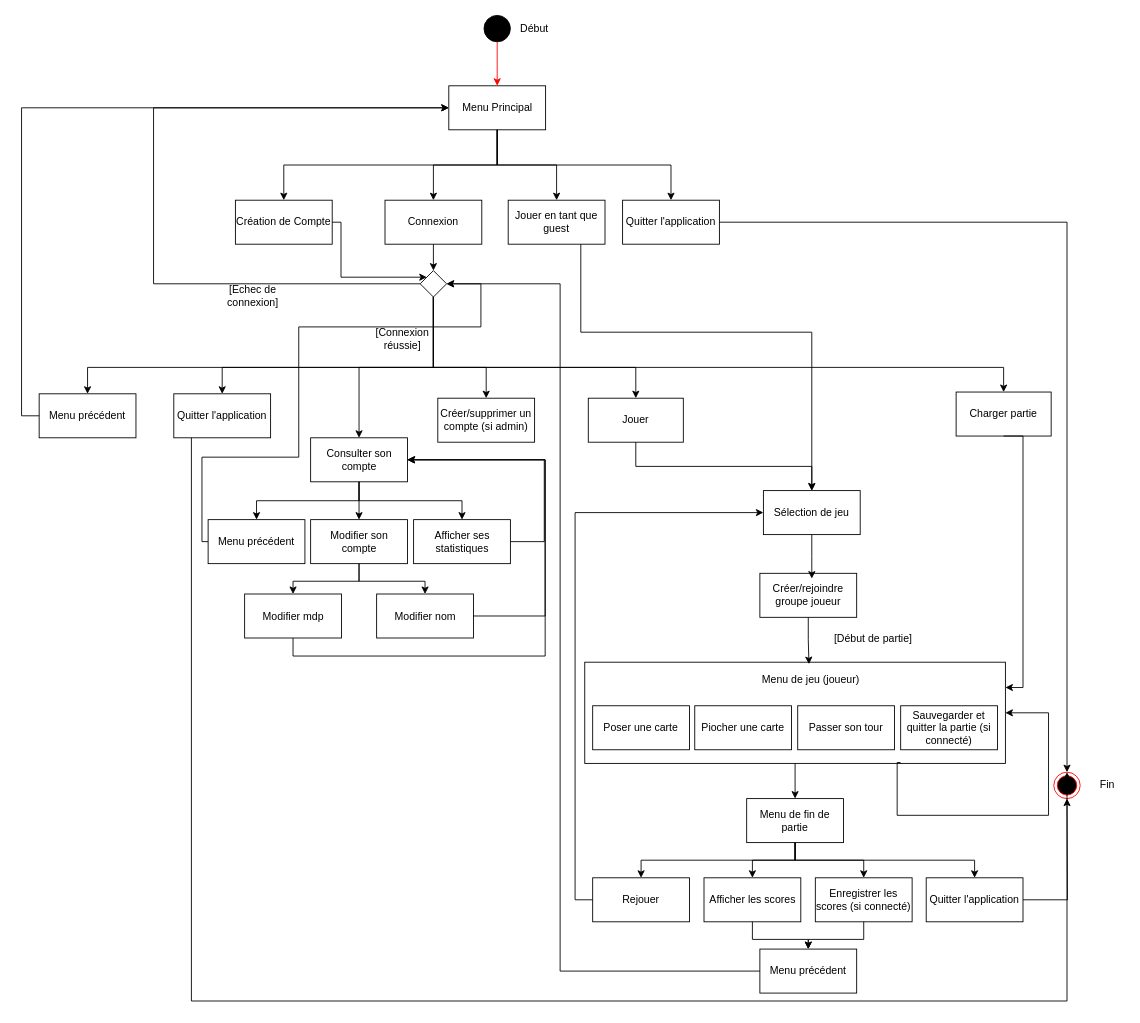
This is Diagrams/Activity Diagram.drawio from MailineN/ProjetInfo2A, a draw.io file, before an edit. Source tidied: cells renumbered, new cells numbered last; positions are measured from the earlier drawing's top-left corner, leaving out a move shared by most shapes. Both pictures are drawn from the tidied source at 88%, with x=0, y=0 at pixel (39, 15).
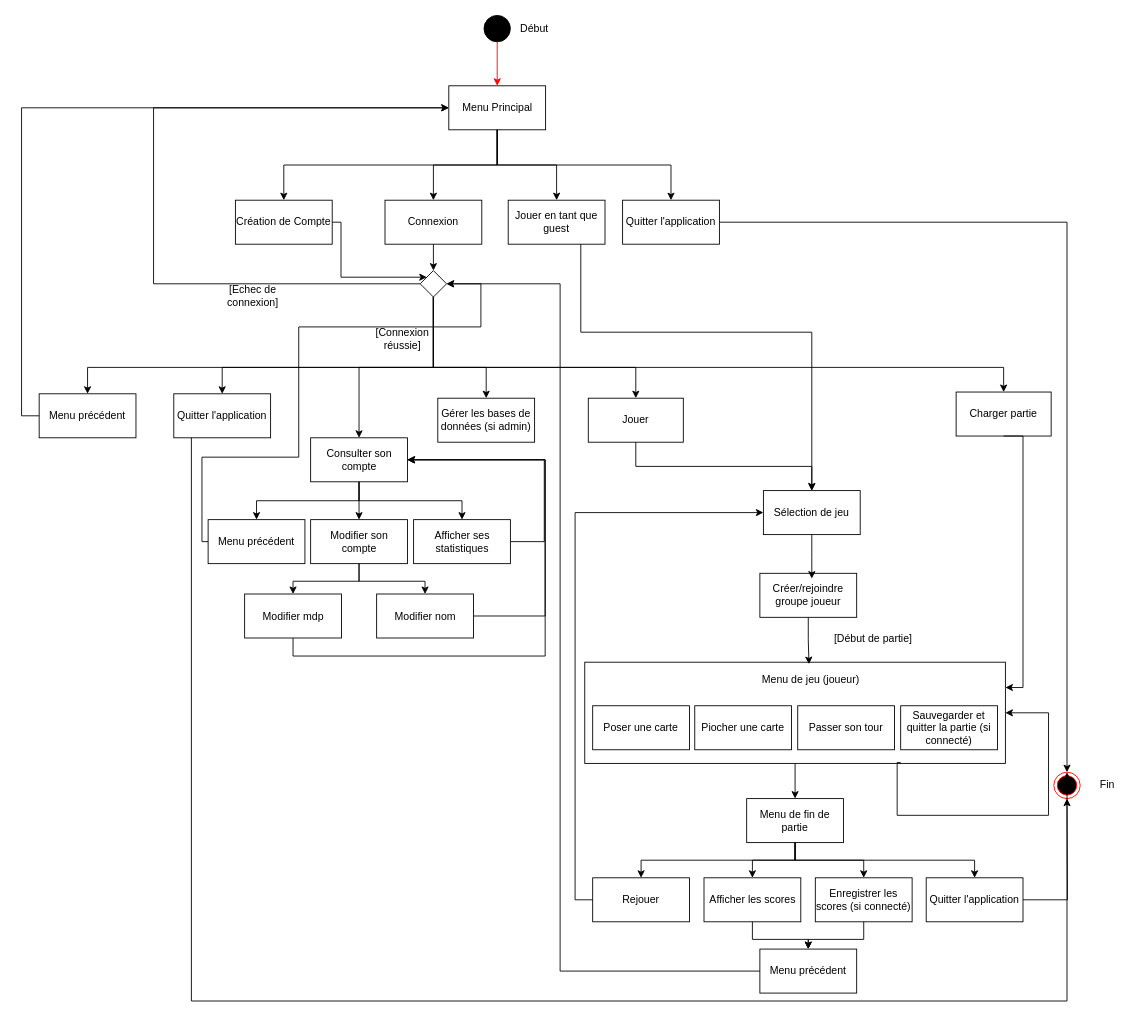
The same diagram, later.

Diff of the diagram source:
```diff
@@
-    <mxCell id="81" value="Créer/supprimer un compte (si admin)" style="rounded=0;whiteSpace=wrap;html=1;fillColor=none;" parent="1" vertex="1">
+    <mxCell id="81" value="Gérer les bases de données (si admin)" style="rounded=0;whiteSpace=wrap;html=1;fillColor=none;" parent="1" vertex="1">
       <mxGeometry x="453" y="435" width="110" height="50" as="geometry" />
     </mxCell>
```
